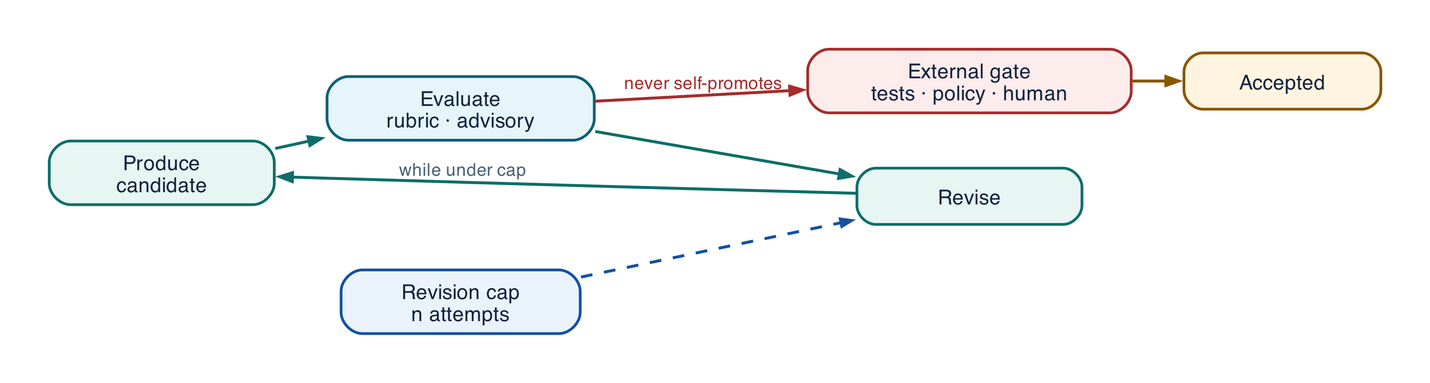
rrahimi-uci/building-enterprise-general-intelligence keeps this Graphviz diagram as assets/diagrams/pattern-reflection.png. Above is the earlier version. Its source is kept beside it as assets/diagrams/src/pattern-reflection.gv.
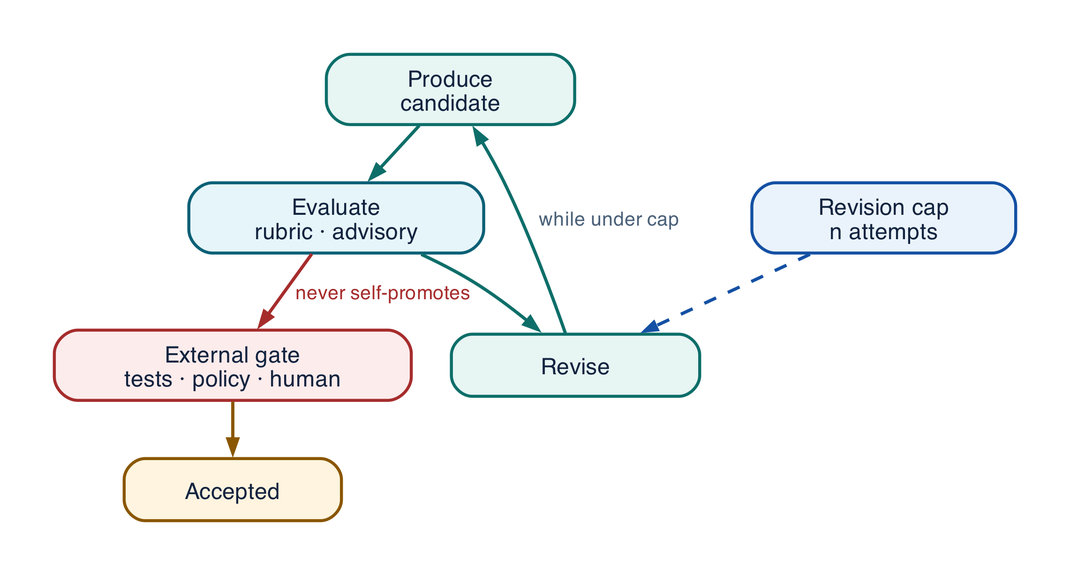
The same file after the commit.

Change to the diagram source:
```diff
@@ -1,5 +1,5 @@
 digraph pattern_reflection {
-  rankdir = LR
+  rankdir = TB
   graph [ranksep=0.36, nodesep=0.26]
   node [shape=box, style="filled,rounded", penwidth=1.4, fontsize=10.5,
         margin="0.12,0.07", height=0.40, width=1.6]
```
